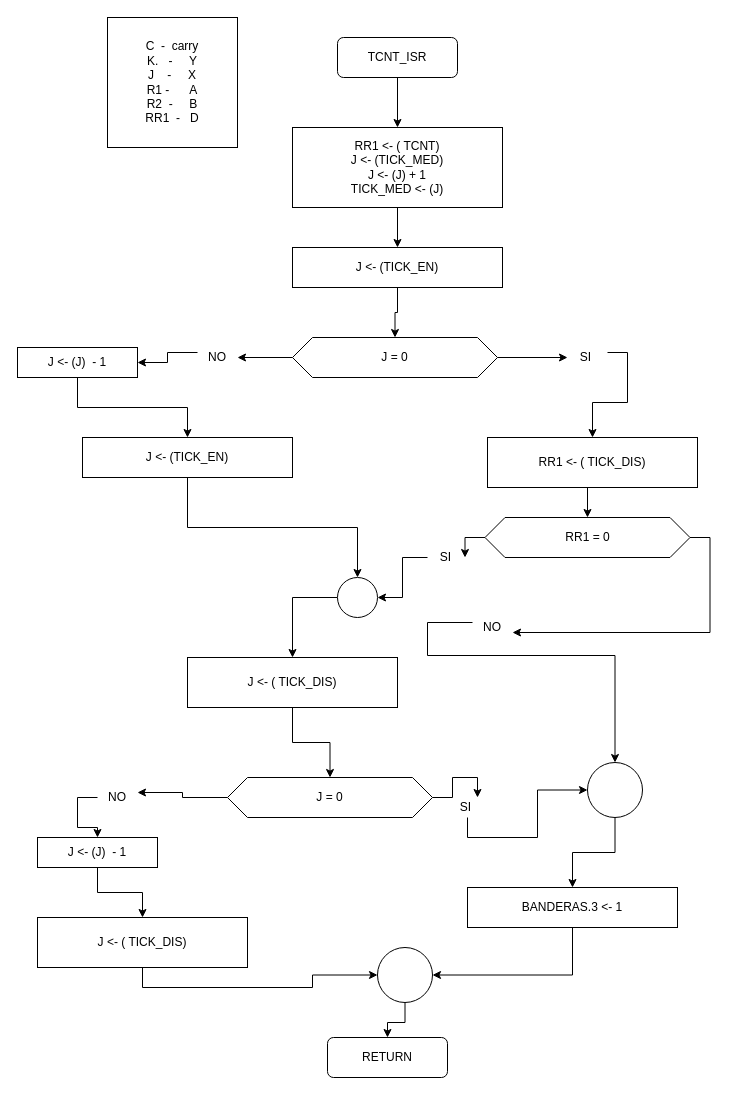
Above: 8_runmeter623/diagrams/15_tcnt_isr.drawio in brown9804/Dragon12_MC9S12DP256 (draw.io), before the change. Source tidied: cells renumbered, new cells numbered last; positions are measured from the earlier drawing's top-left corner, leaving out a move shared by most shapes. Both pictures are drawn from the tidied source at 100%, with x=0, y=0 at pixel (17, 17).
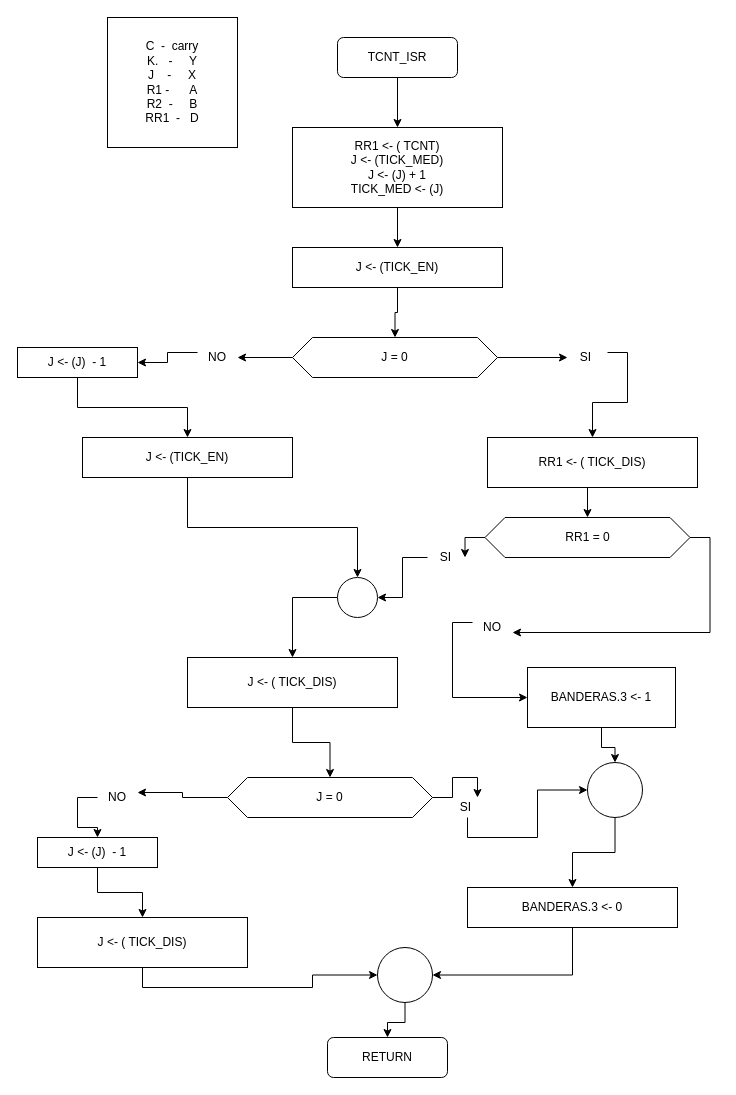
The same page after the edit.

Commit message:
final -> tent_isr ✅

Unchanged cells that the change refers to:
```xml
<mxCell id="22" value="NO" style="text;html=1;strokeColor=none;fillColor=none;align=center;verticalAlign=middle;whiteSpace=wrap;rounded=0;" parent="1" vertex="1">
  <mxGeometry x="455" y="600" width="40" height="20" as="geometry" />
</mxCell>
<mxCell id="42" style="ellipse;whiteSpace=wrap;html=1;" parent="1" vertex="1">
  <mxGeometry x="570" y="745" width="55" height="55" as="geometry" />
</mxCell>
```

What changed in the source:
```diff
@@
-    <mxCell id="21" style="edgeStyle=orthogonalEdgeStyle;rounded=0;jettySize=auto;html=1;exitX=0;exitY=0.25;exitDx=0;exitDy=0;entryX=0.5;entryY=0;entryDx=0;entryDy=0;" parent="1" edge="1" source="22" target="42">
-      <mxGeometry relative="1" as="geometry">
-        <Array as="points">
-          <mxPoint x="410" y="605" />
-          <mxPoint x="410" y="638" />
-          <mxPoint x="598" y="638" />
-        </Array>
-      </mxGeometry>
-    </mxCell>
+    <mxCell id="51" style="edgeStyle=orthogonalEdgeStyle;rounded=0;jettySize=auto;html=1;exitX=0;exitY=0.25;exitDx=0;exitDy=0;entryX=0;entryY=0.5;entryDx=0;entryDy=0;" parent="1" edge="1" source="22" target="53">
+      <mxGeometry relative="1" as="geometry" />
+    </mxCell>
@@
-    <mxCell id="33" value="BANDERAS.3 &amp;lt;- 1" style="rounded=0;whiteSpace=wrap;html=1;" parent="1" vertex="1">
+    <mxCell id="33" value="BANDERAS.3 &amp;lt;- 0" style="rounded=0;whiteSpace=wrap;html=1;" parent="1" vertex="1">
       <mxGeometry x="450" y="870" width="210" height="40" as="geometry" />
     </mxCell>
@@
+    <mxCell id="52" style="edgeStyle=orthogonalEdgeStyle;rounded=0;jettySize=auto;html=1;exitX=0.5;exitY=1;exitDx=0;exitDy=0;" parent="1" edge="1" source="53" target="42">
+      <mxGeometry relative="1" as="geometry" />
+    </mxCell>
+    <mxCell id="53" value="&lt;span&gt;BANDERAS.3 &amp;lt;- 1&lt;/span&gt;" style="rounded=0;whiteSpace=wrap;html=1;" parent="1" vertex="1">
+      <mxGeometry x="510" y="650" width="148" height="60" as="geometry" />
+    </mxCell>
```
